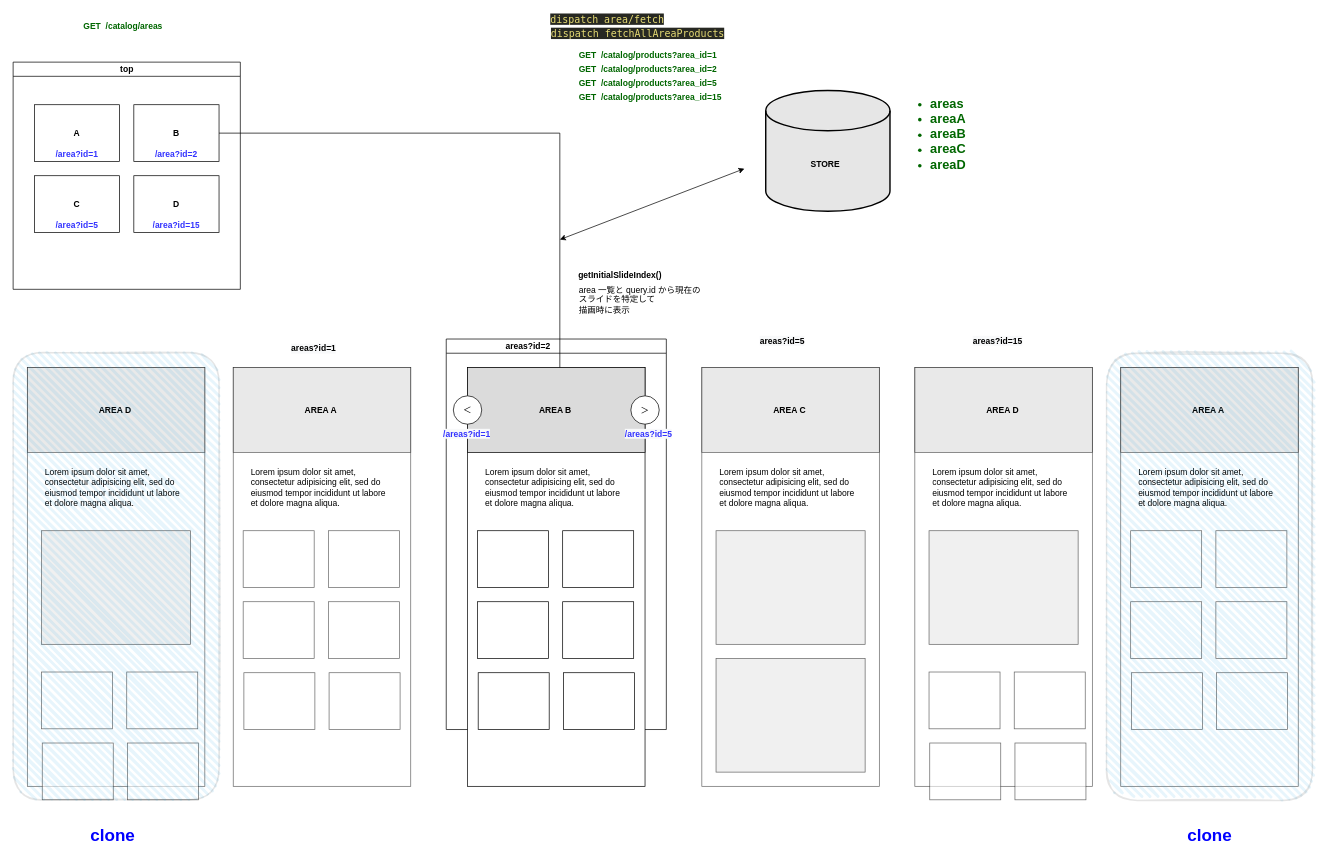
Above: Untitled Diagram.drawio in mi-upto/book (draw.io), before the change. Source tidied: cells renumbered, new cells numbered last; positions are measured from the earlier drawing's top-left corner, leaving out a move shared by most shapes. Both pictures are drawn from the tidied source at 71%, with x=0, y=0 at pixel (13, 12).
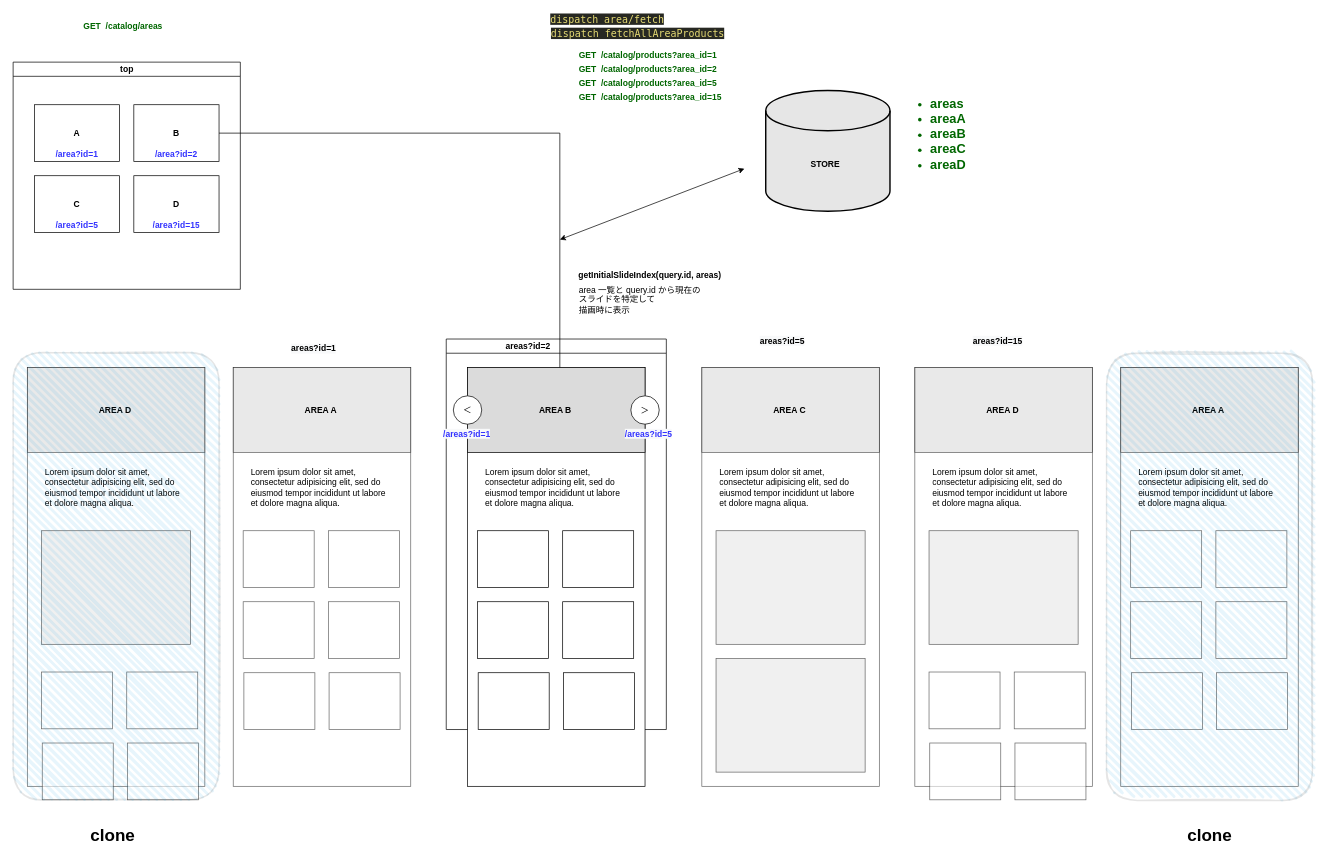
The same page after the edit.

Change to the diagram source:
```diff
@@
-    <mxCell id="64" value="getInitialSlideIndex()" style="text;html=1;strokeColor=none;fillColor=none;align=center;verticalAlign=middle;whiteSpace=wrap;overflow=hidden;fontStyle=1;" parent="1" vertex="1">
-      <mxGeometry x="690" y="360" width="330" height="20" as="geometry" />
+    <mxCell id="64" value="getInitialSlideIndex(query.id, areas)" style="text;html=1;strokeColor=none;fillColor=none;align=center;verticalAlign=middle;whiteSpace=wrap;overflow=hidden;fontStyle=1;" parent="1" vertex="1">
+      <mxGeometry x="732" y="360" width="330" height="20" as="geometry" />
     </mxCell>
@@
-    <mxCell id="89" value="&lt;font color=&quot;#0000ff&quot;&gt;clone&lt;/font&gt;" style="text;strokeColor=none;fillColor=none;html=1;fontSize=24;fontStyle=1;verticalAlign=middle;align=center;labelBackgroundColor=none;fontColor=#000000;opacity=10;" parent="1" vertex="1">
+    <mxCell id="89" value="&lt;font&gt;clone&lt;/font&gt;" style="text;strokeColor=none;fillColor=none;html=1;fontSize=24;fontStyle=1;verticalAlign=middle;align=center;labelBackgroundColor=none;opacity=10;" parent="1" vertex="1">
       <mxGeometry x="90" y="1140" width="100" height="40" as="geometry" />
     </mxCell>
-    <mxCell id="90" value="&lt;font color=&quot;#0000ff&quot;&gt;clone&lt;/font&gt;" style="text;strokeColor=none;fillColor=none;html=1;fontSize=24;fontStyle=1;verticalAlign=middle;align=center;labelBackgroundColor=none;fontColor=#000000;opacity=10;" parent="1" vertex="1">
+    <mxCell id="90" value="&lt;font&gt;clone&lt;/font&gt;" style="text;strokeColor=none;fillColor=none;html=1;fontSize=24;fontStyle=1;verticalAlign=middle;align=center;labelBackgroundColor=none;opacity=10;" parent="1" vertex="1">
       <mxGeometry x="1635" y="1140" width="100" height="40" as="geometry" />
     </mxCell>
```
